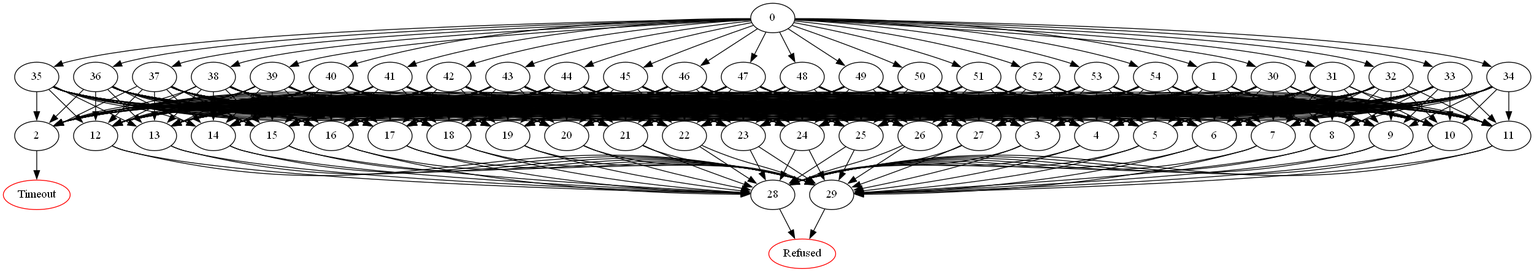
Asikl/MazeMapper keeps this Graphviz diagram as DomainPicture/69guy.netdirected_graph.png. Above is the earlier version. Its source is kept beside it as DomainPicture/69guy.netdirected_graph.dot.
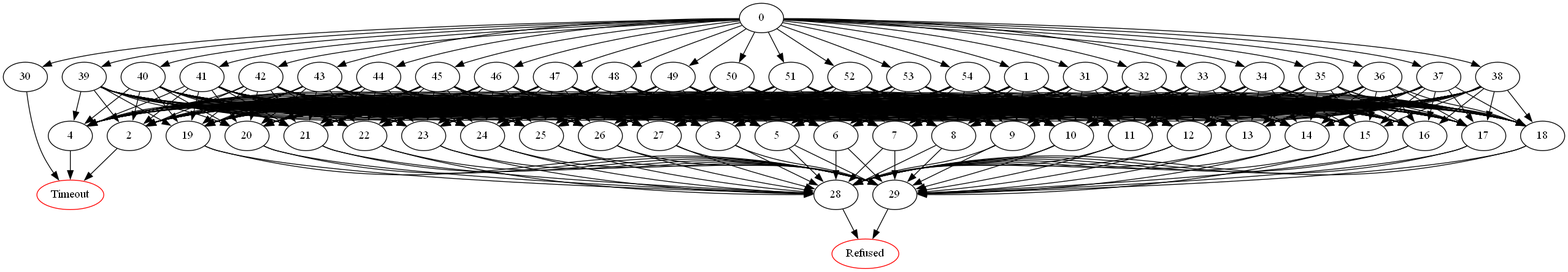
After the change.

Diff of the diagram source:
```diff
@@ -55,8 +55,8 @@
 Timeout [color=red];
 	3 -> 28;
 	3 -> 29;
-	4 -> 28;
-	4 -> 29;
+	4 -> "Timeout";
+Timeout [color=red];
 	5 -> 28;
 	5 -> 29;
 	6 -> 28;
@@ -107,32 +107,8 @@
 Refused [color=red];
 	29 -> "Refused";
 Refused [color=red];
-	30 -> 2;
-	30 -> 3;
-	30 -> 4;
-	30 -> 5;
-	30 -> 6;
-	30 -> 7;
-	30 -> 8;
-	30 -> 9;
-	30 -> 10;
-	30 -> 11;
-	30 -> 12;
-	30 -> 13;
-	30 -> 14;
-	30 -> 15;
-	30 -> 16;
-	30 -> 17;
-	30 -> 18;
-	30 -> 19;
-	30 -> 20;
-	30 -> 21;
-	30 -> 22;
-	30 -> 23;
-	30 -> 24;
-	30 -> 25;
-	30 -> 26;
-	30 -> 27;
+	30 -> "Timeout";
+Timeout [color=red];
 	31 -> 2;
 	31 -> 3;
 	31 -> 4;
```
